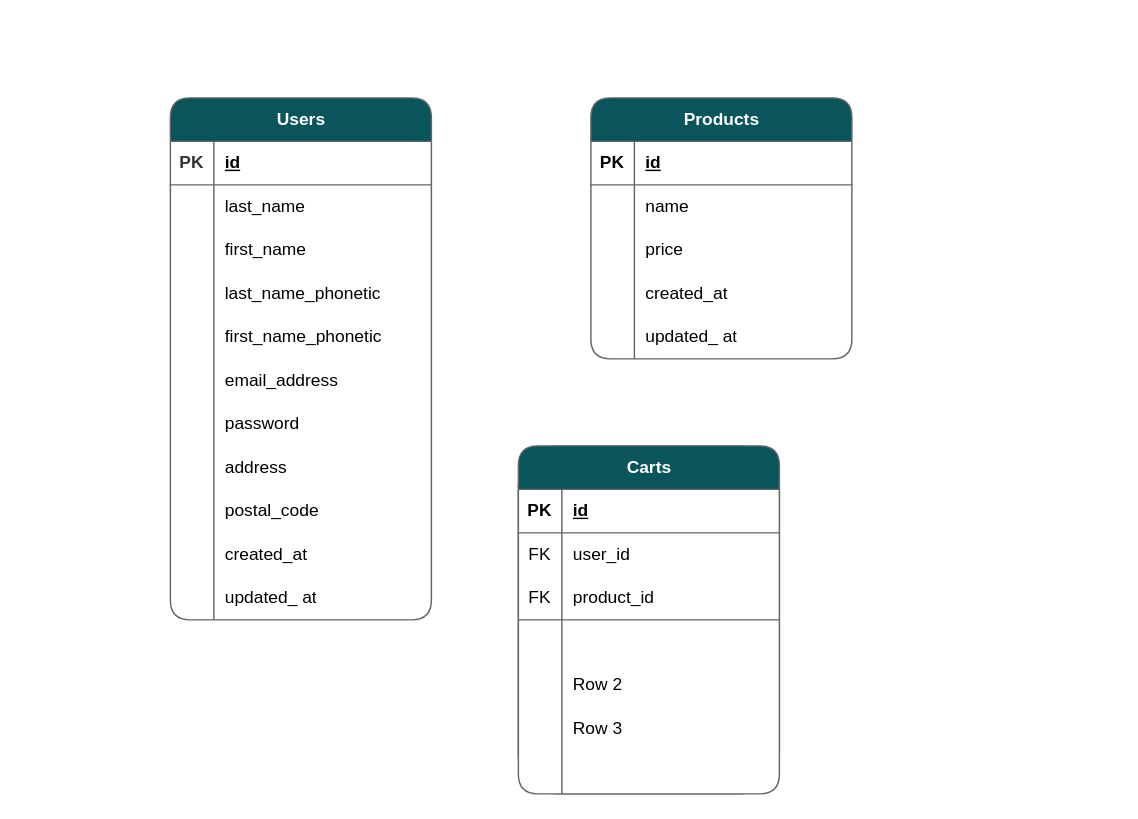
This is Web_Project_ER図.drawio from shirohacha/Web_Project, a draw.io file, before an edit. Source tidied: cells renumbered, new cells numbered last; positions are measured from the earlier drawing's top-left corner, leaving out a move shared by most shapes. Both pictures are drawn from the tidied source at 145%, with x=0, y=0 at pixel (170, 97).
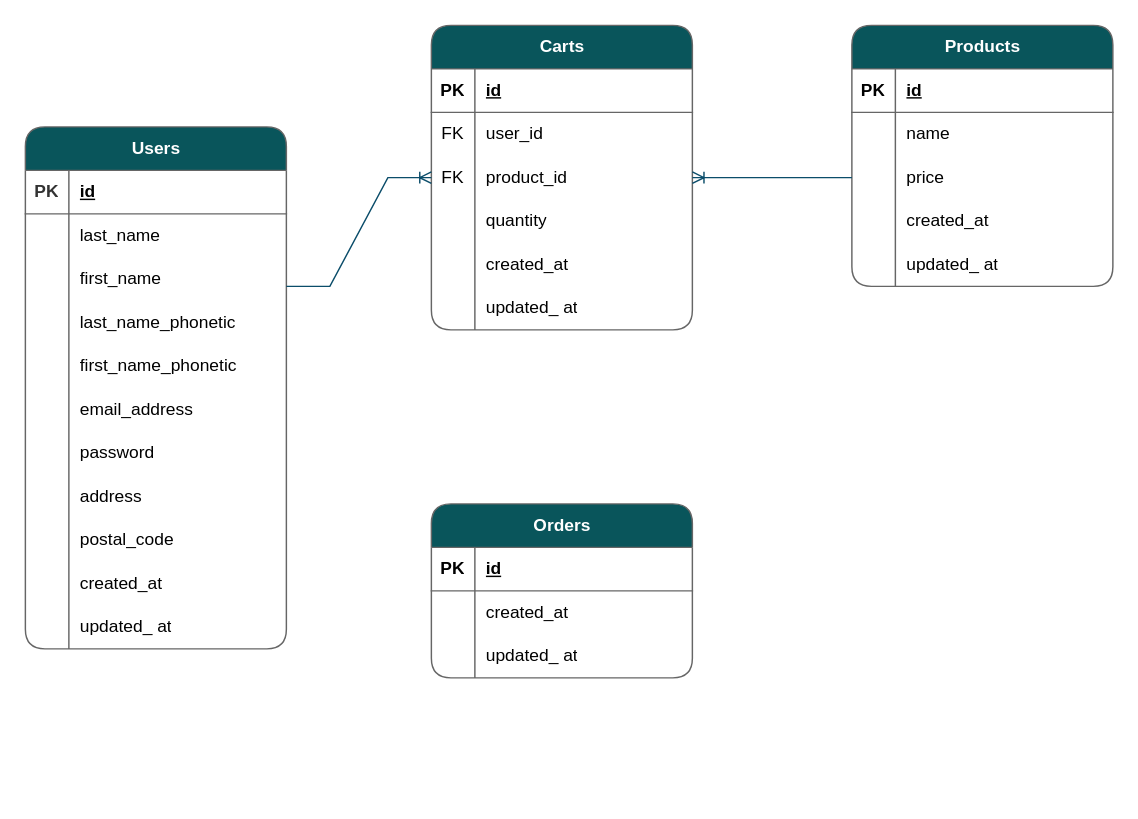
Above is the later version.

Commit message (it also covers changes not shown here):
Web_Project_ER図.drawio を更新します

Unchanged cells that the change refers to:
```xml
<mxCell id="43" style="shape=tableRow;horizontal=0;startSize=0;swimlaneHead=0;swimlaneBody=0;fillColor=none;points=[[0,0.5],[1,0.5]];portConstraint=eastwest;top=0;left=0;right=0;bottom=0;labelBackgroundColor=none;strokeColor=#666666;fontColor=#000000;swimlaneFillColor=#FFFFFF;" parent="36" vertex="1">
  <mxGeometry y="90" width="180" height="30" as="geometry" />
</mxCell>
<mxCell id="60" style="shape=tableRow;horizontal=0;startSize=0;swimlaneHead=0;swimlaneBody=0;fillColor=none;points=[[0,0.5],[1,0.5]];portConstraint=eastwest;top=0;left=0;right=0;bottom=0;labelBackgroundColor=none;strokeColor=#666666;fontColor=#000000;swimlaneFillColor=#FFFFFF;" parent="53" vertex="1">
  <mxGeometry y="90" width="180" height="30" as="geometry" />
</mxCell>
<mxCell id="63" style="shape=tableRow;horizontal=0;startSize=0;swimlaneHead=0;swimlaneBody=0;fillColor=none;top=0;left=0;right=0;bottom=0;labelBackgroundColor=none;strokeColor=#666666;fontColor=#000000;swimlaneFillColor=#FFFFFF;" parent="53" vertex="1">
  <mxGeometry y="120" width="180" height="30" as="geometry" />
</mxCell>
<mxCell id="66" style="shape=tableRow;horizontal=0;startSize=0;swimlaneHead=0;swimlaneBody=0;fillColor=none;top=0;left=0;right=0;bottom=0;labelBackgroundColor=none;strokeColor=#666666;fontColor=#000000;swimlaneFillColor=#FFFFFF;" parent="53" vertex="1">
  <mxGeometry y="150" width="180" height="30" as="geometry" />
</mxCell>
<mxCell id="69" style="shape=tableRow;horizontal=0;startSize=0;swimlaneHead=0;swimlaneBody=0;fillColor=none;top=0;left=0;right=0;bottom=0;labelBackgroundColor=none;strokeColor=#666666;fontColor=#000000;swimlaneFillColor=#FFFFFF;" parent="53" vertex="1">
  <mxGeometry y="180" width="180" height="30" as="geometry" />
</mxCell>
```

The edit, as a diff of the source:
```diff
@@
     <mxCell id="2" value="Users" style="shape=table;startSize=30;childLayout=tableLayout;rowLines=0;fontStyle=1;align=center;html=1;rounded=1;shadow=0;swimlaneFillColor=#FFFFFF;fontSize=12;labelBackgroundColor=none;fillColor=#09555B;strokeColor=#666666;fontColor=#FFFFFF;" parent="1" vertex="1">
-      <mxGeometry width="180" height="360" as="geometry" />
+      <mxGeometry x="-100" y="20" width="180" height="360" as="geometry" />
     </mxCell>
@@
     <mxCell id="36" value="Products" style="shape=table;startSize=30;childLayout=tableLayout;rowLines=0;fontStyle=1;align=center;html=1;rounded=1;swimlaneFillColor=#FFFFFF;labelBackgroundColor=none;fillColor=#09555B;strokeColor=#666666;fontColor=#FFFFFF;" parent="1" vertex="1">
-      <mxGeometry x="290" width="180" height="180" as="geometry" />
+      <mxGeometry x="470" y="-50" width="180" height="180" as="geometry" />
     </mxCell>
@@
-    <mxCell id="52" style="group;strokeColor=#666666;rounded=1;" parent="1" vertex="1">
-      <mxGeometry x="240" y="240" width="180" height="240" as="geometry" />
-    </mxCell>
-    <mxCell id="53" value="Carts" style="shape=table;startSize=30;childLayout=tableLayout;rowLines=0;fontStyle=1;align=center;html=1;swimlaneFillColor=#FFFFFF;rounded=1;labelBackgroundColor=none;fillColor=#09555B;strokeColor=#666666;fontColor=#FFFFFF;" parent="52" vertex="1">
-      <mxGeometry width="180" height="240" as="geometry" />
+    <mxCell id="53" value="Carts" style="shape=table;startSize=30;childLayout=tableLayout;rowLines=0;fontStyle=1;align=center;html=1;swimlaneFillColor=#FFFFFF;rounded=1;labelBackgroundColor=none;fillColor=#09555B;strokeColor=#666666;fontColor=#FFFFFF;" parent="1" vertex="1">
+      <mxGeometry x="180" y="-50" width="180" height="210" as="geometry" />
     </mxCell>
@@
-    <mxCell id="64" style="shape=partialRectangle;fillColor=none;top=0;left=0;bottom=0;right=0;overflow=hidden;whiteSpace=wrap;html=1;labelBackgroundColor=none;strokeColor=#666666;fontColor=#000000;swimlaneFillColor=#FFFFFF;" parent="63" vertex="1">
-      <mxGeometry width="30" height="30" as="geometry" />
-    </mxCell>
-    <mxCell id="65" style="shape=partialRectangle;fillColor=none;top=0;left=0;bottom=0;right=0;align=left;spacingLeft=6;overflow=hidden;whiteSpace=wrap;html=1;strokeColor=#666666;labelBackgroundColor=none;fontColor=#000000;swimlaneFillColor=#FFFFFF;" parent="63" vertex="1">
-      <mxGeometry x="30" width="150" height="30" as="geometry" />
-    </mxCell>
+    <mxCell id="76" style="shape=partialRectangle;fillColor=none;top=0;left=0;bottom=0;right=0;overflow=hidden;whiteSpace=wrap;html=1;labelBackgroundColor=none;strokeColor=#666666;fontColor=#000000;swimlaneFillColor=#FFFFFF;" parent="63" vertex="1">
+      <mxGeometry width="30" height="30" as="geometry" />
+    </mxCell>
+    <mxCell id="77" value="quantity" style="shape=partialRectangle;fillColor=none;top=0;left=0;bottom=0;right=0;align=left;spacingLeft=6;overflow=hidden;whiteSpace=wrap;html=1;strokeColor=#666666;labelBackgroundColor=none;fontColor=#000000;swimlaneFillColor=#FFFFFF;strokeWidth=1;" parent="63" vertex="1">
+      <mxGeometry x="30" width="150" height="30" as="geometry" />
+    </mxCell>
@@
-    <mxCell id="68" value="Row 2" style="shape=partialRectangle;fillColor=none;top=0;left=0;bottom=0;right=0;align=left;spacingLeft=6;overflow=hidden;whiteSpace=wrap;html=1;labelBackgroundColor=none;strokeColor=#666666;fontColor=#000000;swimlaneFillColor=#FFFFFF;" parent="66" vertex="1">
+    <mxCell id="68" value="created_at" style="shape=partialRectangle;fillColor=none;top=0;left=0;bottom=0;right=0;align=left;spacingLeft=6;overflow=hidden;whiteSpace=wrap;html=1;labelBackgroundColor=none;strokeColor=#666666;fontColor=#000000;swimlaneFillColor=#FFFFFF;" parent="66" vertex="1">
       <mxGeometry x="30" width="150" height="30" as="geometry" />
     </mxCell>
@@
-    <mxCell id="71" value="Row 3" style="shape=partialRectangle;fillColor=none;top=0;left=0;bottom=0;right=0;align=left;spacingLeft=6;overflow=hidden;whiteSpace=wrap;html=1;labelBackgroundColor=none;strokeColor=#666666;fontColor=#000000;swimlaneFillColor=#FFFFFF;" parent="69" vertex="1">
+    <mxCell id="71" value="updated_ at" style="shape=partialRectangle;fillColor=none;top=0;left=0;bottom=0;right=0;align=left;spacingLeft=6;overflow=hidden;whiteSpace=wrap;html=1;labelBackgroundColor=none;strokeColor=#666666;fontColor=#000000;swimlaneFillColor=#FFFFFF;" parent="69" vertex="1">
       <mxGeometry x="30" width="150" height="30" as="geometry" />
     </mxCell>
-    <mxCell id="72" style="shape=tableRow;horizontal=0;startSize=0;swimlaneHead=0;swimlaneBody=0;fillColor=none;top=0;left=0;right=0;bottom=0;labelBackgroundColor=none;strokeColor=#666666;fontColor=#000000;swimlaneFillColor=#FFFFFF;" parent="53" vertex="1">
-      <mxGeometry y="210" width="180" height="30" as="geometry" />
-    </mxCell>
-    <mxCell id="73" style="shape=partialRectangle;fillColor=none;top=0;left=0;bottom=0;right=0;overflow=hidden;whiteSpace=wrap;html=1;labelBackgroundColor=none;strokeColor=#666666;fontColor=#000000;swimlaneFillColor=#FFFFFF;" parent="72" vertex="1">
-      <mxGeometry width="30" height="30" as="geometry" />
-    </mxCell>
-    <mxCell id="74" style="shape=partialRectangle;fillColor=none;top=0;left=0;bottom=0;right=0;align=left;spacingLeft=6;overflow=hidden;whiteSpace=wrap;html=1;labelBackgroundColor=none;strokeColor=#666666;fontColor=#000000;swimlaneFillColor=#FFFFFF;" parent="72" vertex="1">
-      <mxGeometry x="30" width="150" height="30" as="geometry" />
-    </mxCell>
-    <mxCell id="75" style="line;strokeWidth=1;dashed=0;labelPosition=right;align=left;verticalAlign=middle;spacingTop=0;spacingLeft=6;strokeColor=#666666;fontColor=#EEEEEE;fillColor=#09555B;" parent="52" vertex="1">
-      <mxGeometry y="115" width="180" height="10" as="geometry" />
-    </mxCell>
+    <mxCell id="78" style="edgeStyle=entityRelationEdgeStyle;fontSize=12;html=1;endArrow=ERoneToMany;rounded=0;strokeColor=#0B4D6A;entryX=0;entryY=0.5;entryDx=0;entryDy=0;" parent="1" edge="1" target="60">
+      <mxGeometry relative="1" as="geometry">
+        <mxPoint x="80" y="130" as="sourcePoint" />
+      </mxGeometry>
+    </mxCell>
+    <mxCell id="79" style="edgeStyle=entityRelationEdgeStyle;fontSize=12;html=1;endArrow=ERoneToMany;rounded=0;strokeColor=#0B4D6A;exitX=0;exitY=0.5;exitDx=0;exitDy=0;entryX=1;entryY=0.5;entryDx=0;entryDy=0;" parent="1" edge="1" source="43" target="60">
+      <mxGeometry relative="1" as="geometry">
+        <Array as="points">
+          <mxPoint x="430" y="70" />
+          <mxPoint x="380" y="150" />
+          <mxPoint x="440" y="50" />
+        </Array>
+      </mxGeometry>
+    </mxCell>
+    <mxCell id="80" value="Orders" style="shape=table;startSize=30;childLayout=tableLayout;rowLines=0;fontStyle=1;align=center;html=1;strokeColor=#666666;fontColor=#FFFFFF;fillColor=#09555B;rounded=1;swimlaneFillColor=default;" parent="1" vertex="1">
+      <mxGeometry x="180" y="280" width="180" height="120" as="geometry" />
+    </mxCell>
+    <mxCell id="81" style="shape=tableRow;horizontal=0;startSize=0;swimlaneHead=0;swimlaneBody=0;fillColor=none;top=0;left=0;right=0;bottom=1;strokeColor=#666666;fontColor=#000000;" parent="80" vertex="1">
+      <mxGeometry y="30" width="180" height="30" as="geometry" />
+    </mxCell>
+    <mxCell id="82" value="PK" style="shape=partialRectangle;fillColor=none;top=0;left=0;bottom=0;right=0;fontStyle=1;overflow=hidden;whiteSpace=wrap;html=1;strokeColor=#666666;fontColor=#000000;" parent="81" vertex="1">
+      <mxGeometry width="30" height="30" as="geometry" />
+    </mxCell>
+    <mxCell id="83" value="id" style="shape=partialRectangle;fillColor=none;top=0;left=0;bottom=0;right=0;align=left;spacingLeft=6;fontStyle=5;overflow=hidden;whiteSpace=wrap;html=1;strokeColor=#666666;fontColor=#000000;" parent="81" vertex="1">
+      <mxGeometry x="30" width="150" height="30" as="geometry" />
+    </mxCell>
+    <mxCell id="84" style="shape=tableRow;horizontal=0;startSize=0;swimlaneHead=0;swimlaneBody=0;fillColor=none;top=0;left=0;right=0;bottom=0;strokeColor=#666666;fontColor=#000000;" parent="80" vertex="1">
+      <mxGeometry y="60" width="180" height="30" as="geometry" />
+    </mxCell>
+    <mxCell id="85" style="shape=partialRectangle;fillColor=none;top=0;left=0;bottom=0;right=0;overflow=hidden;whiteSpace=wrap;html=1;strokeColor=#666666;fontColor=#000000;" parent="84" vertex="1">
+      <mxGeometry width="30" height="30" as="geometry" />
+    </mxCell>
+    <mxCell id="86" value="created_at" style="shape=partialRectangle;fillColor=none;top=0;left=0;bottom=0;right=0;align=left;spacingLeft=6;overflow=hidden;whiteSpace=wrap;html=1;strokeColor=#666666;fontColor=#000000;" parent="84" vertex="1">
+      <mxGeometry x="30" width="150" height="30" as="geometry" />
+    </mxCell>
+    <mxCell id="87" style="shape=tableRow;horizontal=0;startSize=0;swimlaneHead=0;swimlaneBody=0;fillColor=none;top=0;left=0;right=0;bottom=0;strokeColor=#666666;fontColor=#000000;" parent="80" vertex="1">
+      <mxGeometry y="90" width="180" height="30" as="geometry" />
+    </mxCell>
+    <mxCell id="88" style="shape=partialRectangle;fillColor=none;top=0;left=0;bottom=0;right=0;overflow=hidden;whiteSpace=wrap;html=1;strokeColor=#666666;fontColor=#000000;" parent="87" vertex="1">
+      <mxGeometry width="30" height="30" as="geometry" />
+    </mxCell>
+    <mxCell id="89" value="updated_ at" style="shape=partialRectangle;fillColor=none;top=0;left=0;bottom=0;right=0;align=left;spacingLeft=6;overflow=hidden;whiteSpace=wrap;html=1;strokeColor=#666666;fontColor=#000000;" parent="87" vertex="1">
+      <mxGeometry x="30" width="150" height="30" as="geometry" />
+    </mxCell>
```
